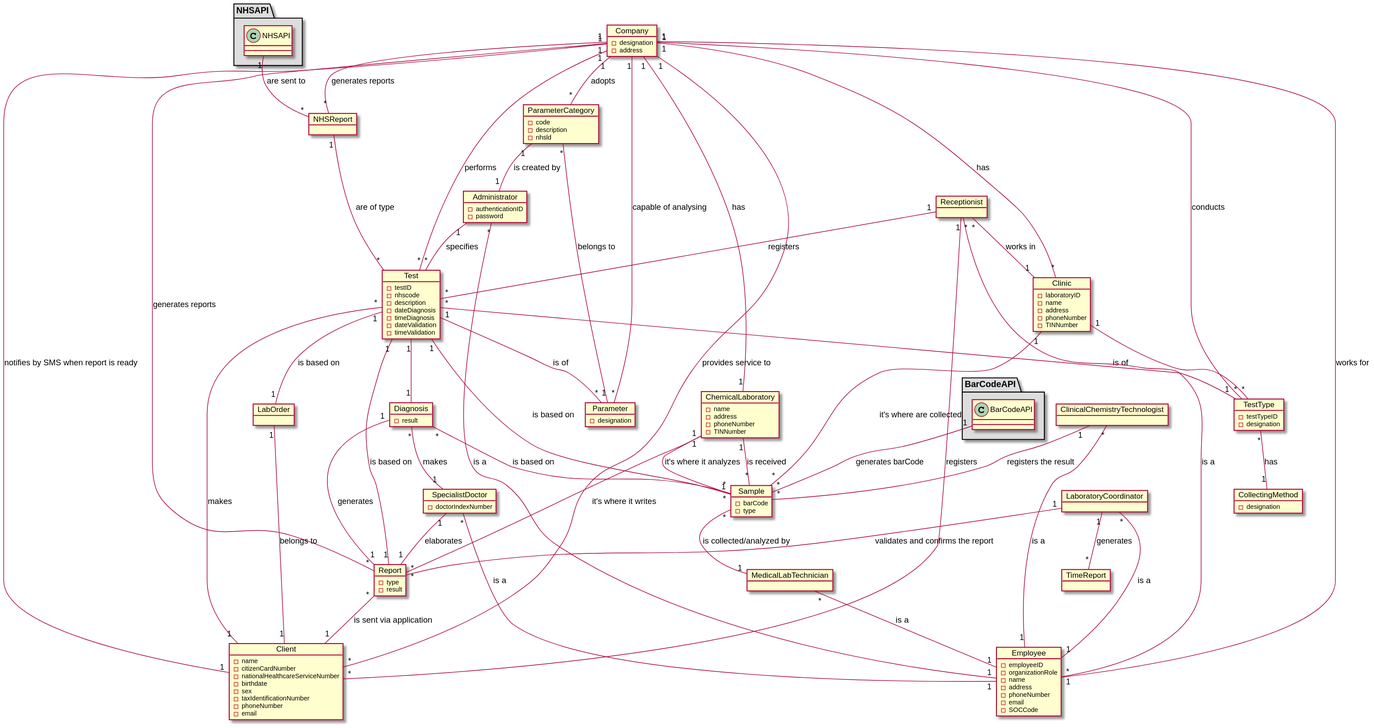
Before: docs/SprintC/DomainModel/domainModel.svg, a diagram exported from PlantUML (jsmarques98/LAPR2-ISEP).
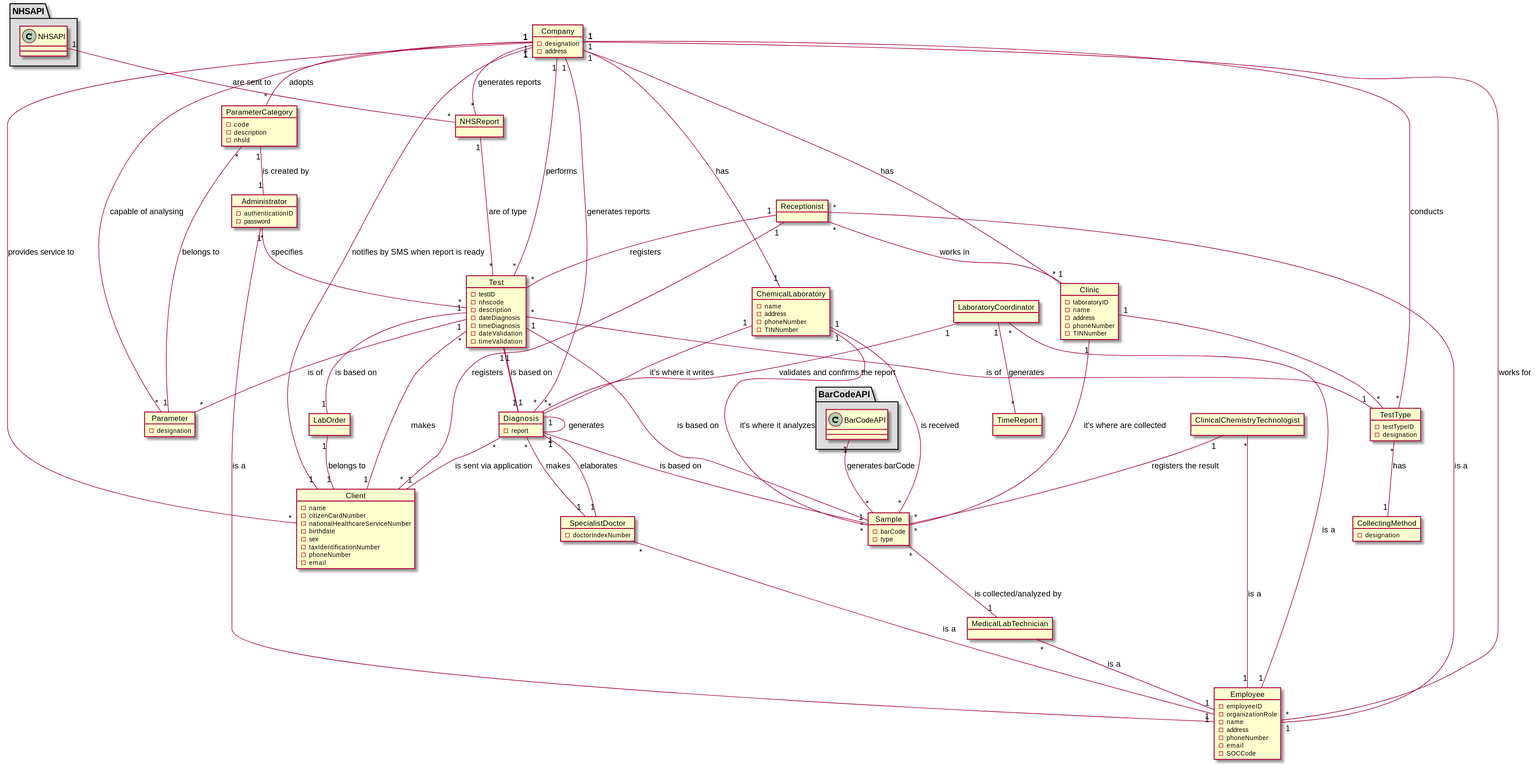
After the change.

Diff of the diagram source:
```diff
@@ -44,17 +44,12 @@
 }
 
 object Diagnosis{
--result
+-report
 }
 
 object Sample{
 -barCode
 -type
-}
-
-object Report{
--type
--result
 }
 
 
@@ -150,23 +145,23 @@
 Sample "*" -- "1" Test : is based on
 
 Diagnosis "*" -- "1" SpecialistDoctor : makes
-SpecialistDoctor "1" -- "1" Report : elaborates
-Diagnosis "1" -- "1" Report : generates
+SpecialistDoctor "1" -- "1" Diagnosis : elaborates
+Diagnosis "1" -- "1" Diagnosis : generates
 Diagnosis "*" -- "1" Sample : is based on
-Report "1" -- "1" Test : is based on
-Report "*" -- "1" Client : is sent via application
+Diagnosis "1" -- "1" Test : is based on
+Diagnosis "*" -- "1" Client : is sent via application
 Administrator "1" -- "*" Test : specifies
 Receptionist "1" -- "*" Client : registers
 Receptionist "1" -- "*" Test : registers
-LaboratoryCoordinator "1" -- "*" Report : validates and confirms the report
+LaboratoryCoordinator "1" -- "*" Diagnosis : validates and confirms the report
 ChemicalLaboratory "1" -- "*" Sample : is received
 ClinicalChemistryTechnologist "1" -- "*" Sample : registers the result
 ChemicalLaboratory "1" -- "*" Sample : it's where it analyzes
-ChemicalLaboratory "1" -- "*" Report : it's where it writes
+ChemicalLaboratory "1" -- "*" Diagnosis : it's where it writes
 Clinic "1" -- "*" Sample : it's where are collected
 Company "1" -- "1" Client : notifies by SMS when report is ready
 
-Company "1" -- "*" Report : generates reports
+Company "1" -- "*" Diagnosis : generates reports
 NHSReport "1" -- "*" Test : are of type
 Company "1" -- "*" NHSReport : generates reports
 LabOrder "1" -- "1" Client : belongs to
```
